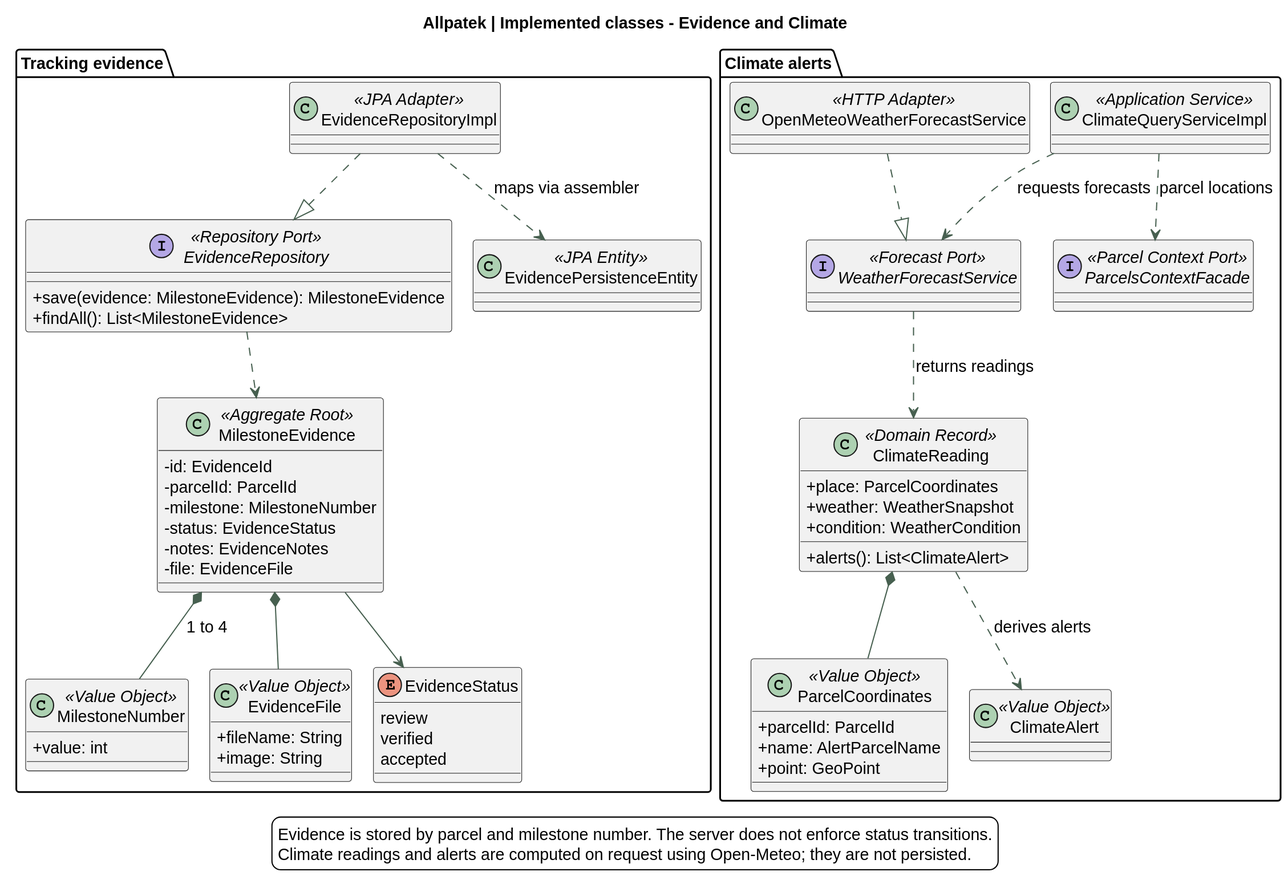
Earlier version of the PlantUML export assets/chapter-04/architecture/12-classes-monitoring.svg (upc-pre-202620-1asi0729-7753-Terranova/allpatek-report).
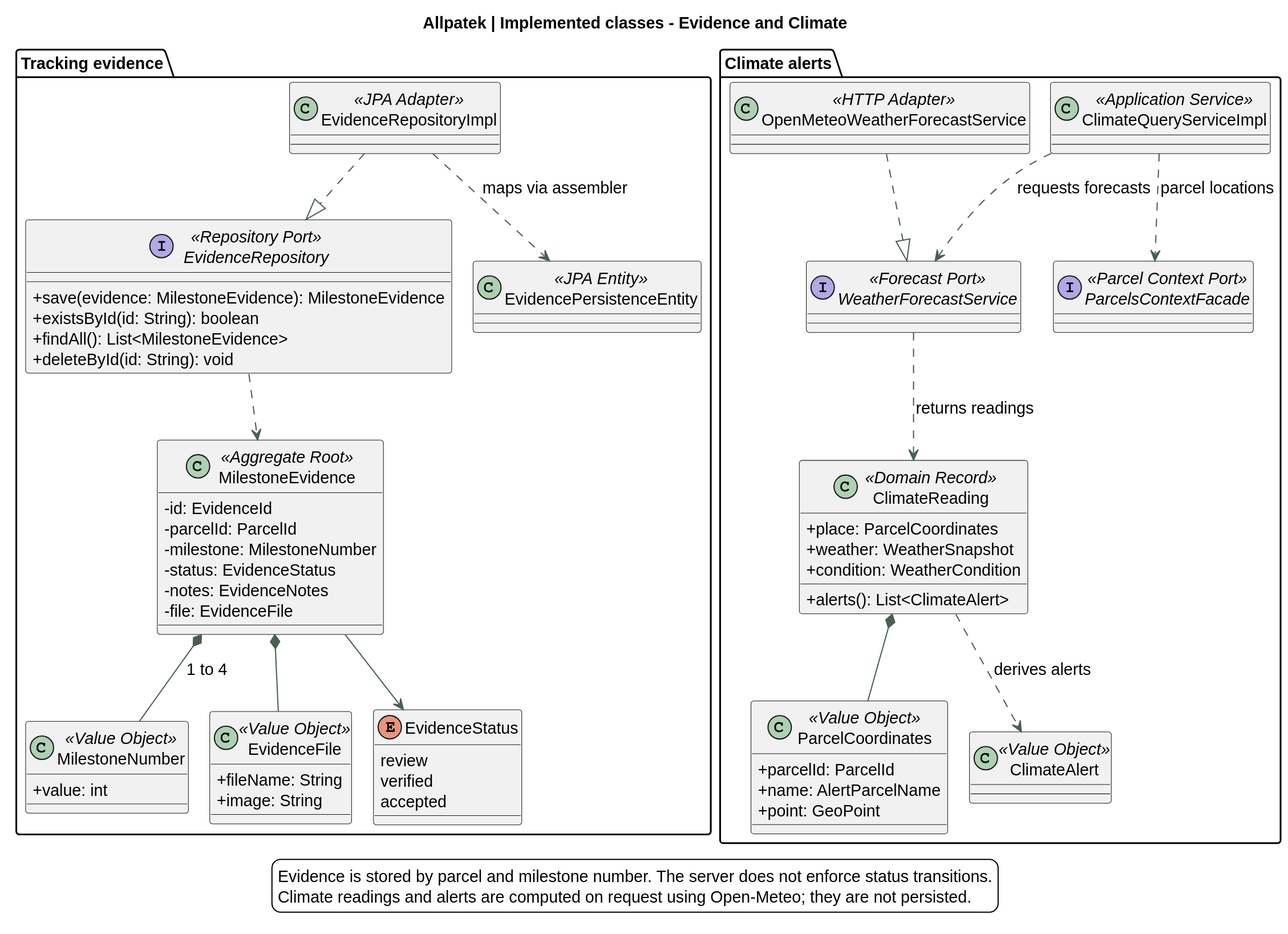
Later version of the same file.

Commit message:
docs(architecture): add EvidenceRepository existsById and deleteById

The edit, as a diff of the source:
```diff
@@ -37,7 +37,9 @@
 
   interface EvidenceRepository <<Repository Port>> {
     +save(evidence: MilestoneEvidence): MilestoneEvidence
+    +existsById(id: String): boolean
     +findAll(): List<MilestoneEvidence>
+    +deleteById(id: String): void
   }
 
   class EvidenceRepositoryImpl <<JPA Adapter>>
```
